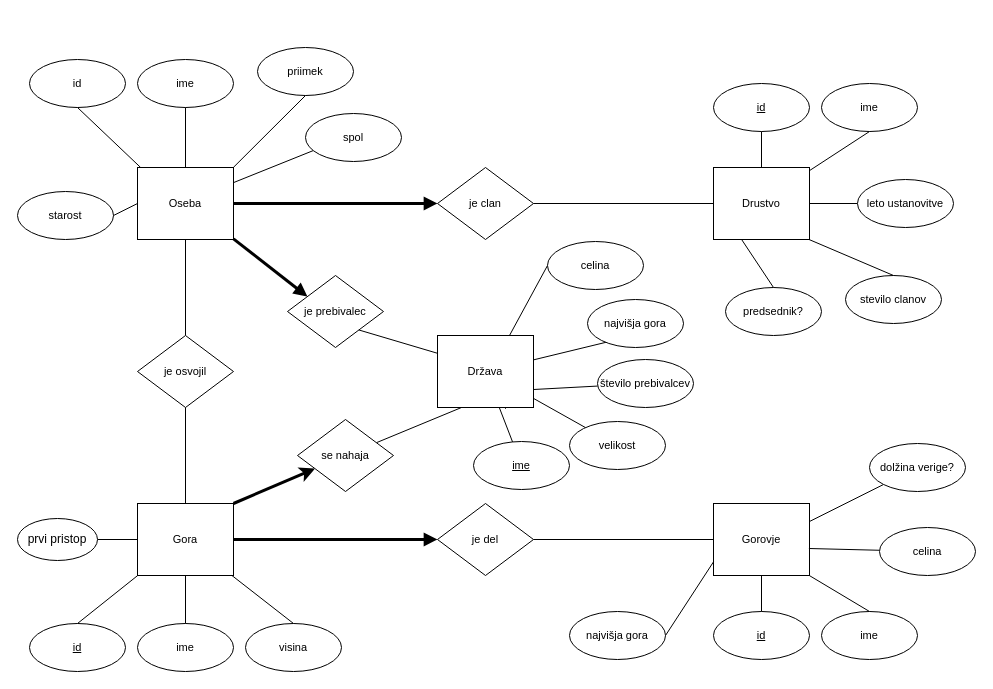
Earlier version of the draw.io diagram Diagram/Pohodnistvo diagram.drawio (kokosinekm/Pohodnistvo). Source tidied: cells renumbered, new cells numbered last; positions are measured from the earlier drawing's top-left corner, leaving out a move shared by most shapes. Both pictures are drawn from the tidied source at 100%, with x=0, y=0 at pixel (17, 47).
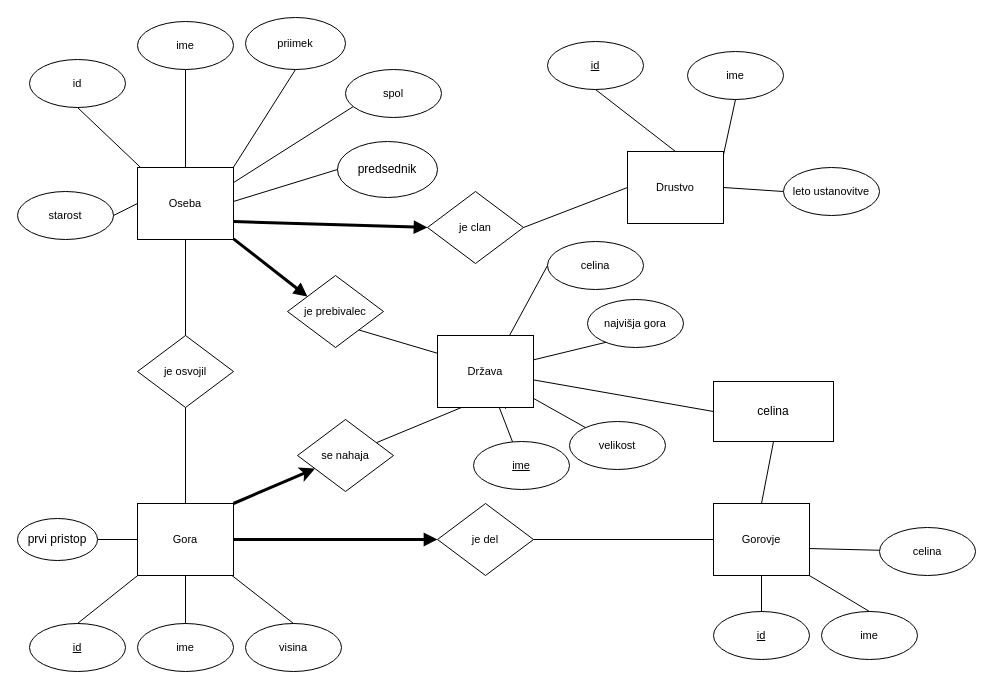
The same page after the edit.

Unchanged cells that the change refers to:
```xml
<mxCell id="2" value="Oseba" style="html=1;whiteSpace=wrap;fontSize=11;fontColor=#000000;spacing=3;strokeOpacity=100;" parent="1" vertex="1">
  <mxGeometry x="120" y="120" width="96" height="72" as="geometry" />
</mxCell>
<mxCell id="32" value="Gorovje" style="html=1;whiteSpace=wrap;fontSize=11;fontColor=#000000;spacing=3;strokeOpacity=100;" parent="1" vertex="1">
  <mxGeometry x="696" y="456" width="96" height="72" as="geometry" />
</mxCell>
<mxCell id="42" value="Država" style="html=1;whiteSpace=wrap;fontSize=11;fontColor=#000000;spacing=3;strokeOpacity=100;" parent="1" vertex="1">
  <mxGeometry x="420" y="288" width="96" height="72" as="geometry" />
</mxCell>
```

What changed in the source:
```diff
@@
     <mxCell id="4" value="priimek" style="html=1;whiteSpace=wrap;ellipse;fontSize=11;fontColor=#000000;spacing=3;strokeOpacity=100;" parent="1" vertex="1">
-      <mxGeometry x="240" width="96" height="48" as="geometry" />
+      <mxGeometry x="228" y="-30" width="100" height="52" as="geometry" />
     </mxCell>
     <mxCell id="5" value="ime" style="html=1;whiteSpace=wrap;ellipse;fontSize=11;fontColor=#000000;spacing=3;strokeOpacity=100;" parent="1" vertex="1">
-      <mxGeometry x="120" y="12" width="96" height="48" as="geometry" />
+      <mxGeometry x="120" y="-26" width="96" height="48" as="geometry" />
     </mxCell>
@@
     <mxCell id="8" value="je clan" style="html=1;whiteSpace=wrap;rhombus;fontSize=11;fontColor=#000000;spacing=3;strokeOpacity=100;" parent="1" vertex="1">
-      <mxGeometry x="420" y="120" width="96" height="72" as="geometry" />
+      <mxGeometry x="410" y="144" width="96" height="72" as="geometry" />
     </mxCell>
     <mxCell id="9" value="Drustvo" style="html=1;whiteSpace=wrap;fontSize=11;fontColor=#000000;spacing=3;strokeOpacity=100;" parent="1" vertex="1">
-      <mxGeometry x="696" y="120" width="96" height="72" as="geometry" />
+      <mxGeometry x="610" y="104" width="96" height="72" as="geometry" />
     </mxCell>
     <mxCell id="10" value="id" style="html=1;whiteSpace=wrap;ellipse;fontSize=11;fontColor=#000000;fontStyle=4;spacing=3;strokeOpacity=100;" parent="1" vertex="1">
-      <mxGeometry x="696" y="36" width="96" height="48" as="geometry" />
+      <mxGeometry x="530" y="-6" width="96" height="48" as="geometry" />
     </mxCell>
     <mxCell id="11" value="ime" style="html=1;whiteSpace=wrap;ellipse;fontSize=11;fontColor=#000000;spacing=3;strokeOpacity=100;" parent="1" vertex="1">
-      <mxGeometry x="804" y="36" width="96" height="48" as="geometry" />
+      <mxGeometry x="670" y="4" width="96" height="48" as="geometry" />
     </mxCell>
@@
-    <mxCell id="13" style="html=1;jettySize=18;fontSize=11;strokeOpacity=100;strokeWidth=3;rounded=1;arcSize=0;startArrow=none;endArrow=block;endFill=1;exitX=1.00625;exitY=0.5;exitPerimeter=1;entryX=-0.010416666666666696;entryY=0.5;entryPerimeter=1;" parent="1" edge="1" source="2" target="8">
-      <mxGeometry relative="1" as="geometry" />
+    <mxCell id="13" style="html=1;jettySize=18;fontSize=11;strokeOpacity=100;strokeWidth=3;rounded=1;arcSize=0;startArrow=none;endArrow=block;endFill=1;entryX=-0.010416666666666696;entryY=0.5;entryPerimeter=1;" parent="1" edge="1" target="8">
+      <mxGeometry relative="1" as="geometry">
+        <mxPoint x="216" y="174" as="sourcePoint" />
+      </mxGeometry>
     </mxCell>
@@
-    <mxCell id="30" style="rounded=0;jettySize=auto;html=1;exitX=1;exitY=0.25;exitDx=0;exitDy=0;entryX=0;entryY=1;entryDx=0;entryDy=0;strokeColor=none;" parent="1" edge="1" source="32" target="62">
-      <mxGeometry relative="1" as="geometry" />
+    <mxCell id="30" style="rounded=0;jettySize=auto;html=1;exitX=1;exitY=0.25;exitDx=0;exitDy=0;entryX=0;entryY=1;entryDx=0;entryDy=0;strokeColor=none;" parent="1" edge="1" source="32">
+      <mxGeometry relative="1" as="geometry">
+        <mxPoint x="866.1" y="437" as="targetPoint" />
+      </mxGeometry>
     </mxCell>
-    <mxCell id="31" style="edgeStyle=none;rounded=0;jettySize=auto;html=1;exitX=1;exitY=0.25;exitDx=0;exitDy=0;entryX=0;entryY=1;entryDx=0;entryDy=0;startArrow=none;startFill=0;endArrow=none;endFill=0;strokeColor=#000000;" parent="1" edge="1" source="32" target="62">
-      <mxGeometry relative="1" as="geometry" />
-    </mxCell>
@@
-    <mxCell id="40" style="html=1;jettySize=18;fontSize=11;strokeOpacity=100;rounded=1;arcSize=0;startArrow=none;endArrow=none;" parent="1" edge="1">
-      <mxGeometry relative="1" as="geometry">
-        <mxPoint x="517" y="156" as="sourcePoint" />
-        <mxPoint x="695" y="156" as="targetPoint" />
-      </mxGeometry>
-    </mxCell>
@@
-    <mxCell id="47" style="html=1;jettySize=18;fontSize=11;strokeOpacity=100;rounded=1;arcSize=0;startArrow=none;endArrow=none;exitX=-0.00625;exitY=0.8143018915496479;exitPerimeter=1;entryX=1.0062500537162715;entryY=0.5;entryPerimeter=1;" parent="1" edge="1" source="32" target="57">
-      <mxGeometry relative="1" as="geometry" />
-    </mxCell>
@@
     <mxCell id="50" value="spol" style="html=1;whiteSpace=wrap;ellipse;fontSize=11;fontColor=#000000;align=center;spacing=3;strokeOpacity=100;fillOpacity=100;fillColor=#ffffff;" parent="1" vertex="1">
-      <mxGeometry x="288" y="66" width="96" height="48" as="geometry" />
+      <mxGeometry x="328" y="22" width="96" height="48" as="geometry" />
     </mxCell>
@@
     <mxCell id="56" value="leto ustanovitve" style="html=1;whiteSpace=wrap;ellipse;fontSize=11;fontColor=#000000;align=center;spacing=3;strokeOpacity=100;fillOpacity=100;fillColor=#ffffff;" parent="1" vertex="1">
-      <mxGeometry x="840" y="132" width="96" height="48" as="geometry" />
+      <mxGeometry x="766" y="120" width="96" height="48" as="geometry" />
     </mxCell>
-    <mxCell id="57" value="najvišja gora" style="html=1;whiteSpace=wrap;ellipse;fontSize=11;fontColor=#000000;align=center;spacing=3;strokeOpacity=100;fillOpacity=100;fillColor=#ffffff;" parent="1" vertex="1">
-      <mxGeometry x="552" y="564" width="96" height="48" as="geometry" />
-    </mxCell>
-    <mxCell id="58" value="stevilo clanov" style="html=1;whiteSpace=wrap;ellipse;fontSize=11;fontColor=#000000;align=center;spacing=3;strokeOpacity=100;fillOpacity=100;fillColor=#ffffff;" parent="1" vertex="1">
-      <mxGeometry x="828" y="228" width="96" height="48" as="geometry" />
-    </mxCell>
-    <mxCell id="59" style="html=1;jettySize=18;fontSize=11;strokeOpacity=100;rounded=1;arcSize=0;startArrow=none;endArrow=none;exitX=1.003446971387764;exitY=1.0083333333333333;exitPerimeter=1;entryX=0.5;entryY=-0.012500106582112735;entryPerimeter=1;" parent="1" edge="1" source="9" target="58">
-      <mxGeometry relative="1" as="geometry" />
-    </mxCell>
-    <mxCell id="60" value="predsednik?" style="html=1;whiteSpace=wrap;ellipse;fontSize=11;fontColor=#000000;align=center;spacing=3;strokeOpacity=100;fillOpacity=100;fillColor=#ffffff;" parent="1" vertex="1">
-      <mxGeometry x="708" y="240" width="96" height="48" as="geometry" />
-    </mxCell>
-    <mxCell id="61" style="html=1;jettySize=18;fontSize=11;strokeOpacity=100;rounded=1;arcSize=0;startArrow=none;endArrow=none;exitX=0.2894343128855694;exitY=1.0083333333333333;exitPerimeter=1;entryX=0.5;entryY=-0.012500106582112735;entryPerimeter=1;" parent="1" edge="1" source="9" target="60">
-      <mxGeometry relative="1" as="geometry" />
-    </mxCell>
-    <mxCell id="62" value="dolžina verige?" style="html=1;whiteSpace=wrap;ellipse;fontSize=11;fontColor=#000000;align=center;spacing=3;strokeOpacity=100;fillOpacity=100;fillColor=#ffffff;" parent="1" vertex="1">
-      <mxGeometry x="852" y="396" width="96" height="48" as="geometry" />
-    </mxCell>
@@
-    <mxCell id="68" style="edgeStyle=none;rounded=0;jettySize=auto;html=1;entryX=1;entryY=0.75;entryDx=0;entryDy=0;endArrow=none;endFill=0;strokeWidth=1;" parent="1" edge="1" source="69" target="42">
-      <mxGeometry relative="1" as="geometry" />
-    </mxCell>
-    <mxCell id="69" value="število prebivalcev" style="html=1;whiteSpace=wrap;ellipse;fontSize=11;fontColor=#000000;align=center;spacing=3;strokeOpacity=100;fillOpacity=100;fillColor=#ffffff;" parent="1" vertex="1">
-      <mxGeometry x="580" y="312" width="96" height="48" as="geometry" />
-    </mxCell>
@@
+    <mxCell id="74" value="celina" style="rounded=0;whiteSpace=wrap;html=1;" parent="1" vertex="1">
+      <mxGeometry x="696" y="334" width="120" height="60" as="geometry" />
+    </mxCell>
+    <mxCell id="75" style="endArrow=none;html=1;entryX=0;entryY=0.5;entryDx=0;entryDy=0;" parent="1" edge="1" source="42" target="74">
+      <mxGeometry relative="1" as="geometry" />
+    </mxCell>
+    <mxCell id="76" style="endArrow=none;html=1;exitX=0.5;exitY=0;exitDx=0;exitDy=0;entryX=0.5;entryY=1;entryDx=0;entryDy=0;" parent="1" edge="1" source="32" target="74">
+      <mxGeometry relative="1" as="geometry" />
+    </mxCell>
+    <mxCell id="77" value="predsednik" style="ellipse;whiteSpace=wrap;html=1;" parent="1" vertex="1">
+      <mxGeometry x="320" y="94" width="100" height="56" as="geometry" />
+    </mxCell>
+    <mxCell id="78" style="endArrow=none;html=1;strokeWidth=1;exitX=1;exitY=0.472;exitDx=0;exitDy=0;entryX=0;entryY=0.5;entryDx=0;entryDy=0;exitPerimeter=0;" parent="1" edge="1" source="2" target="77">
+      <mxGeometry relative="1" as="geometry" />
+    </mxCell>
```
